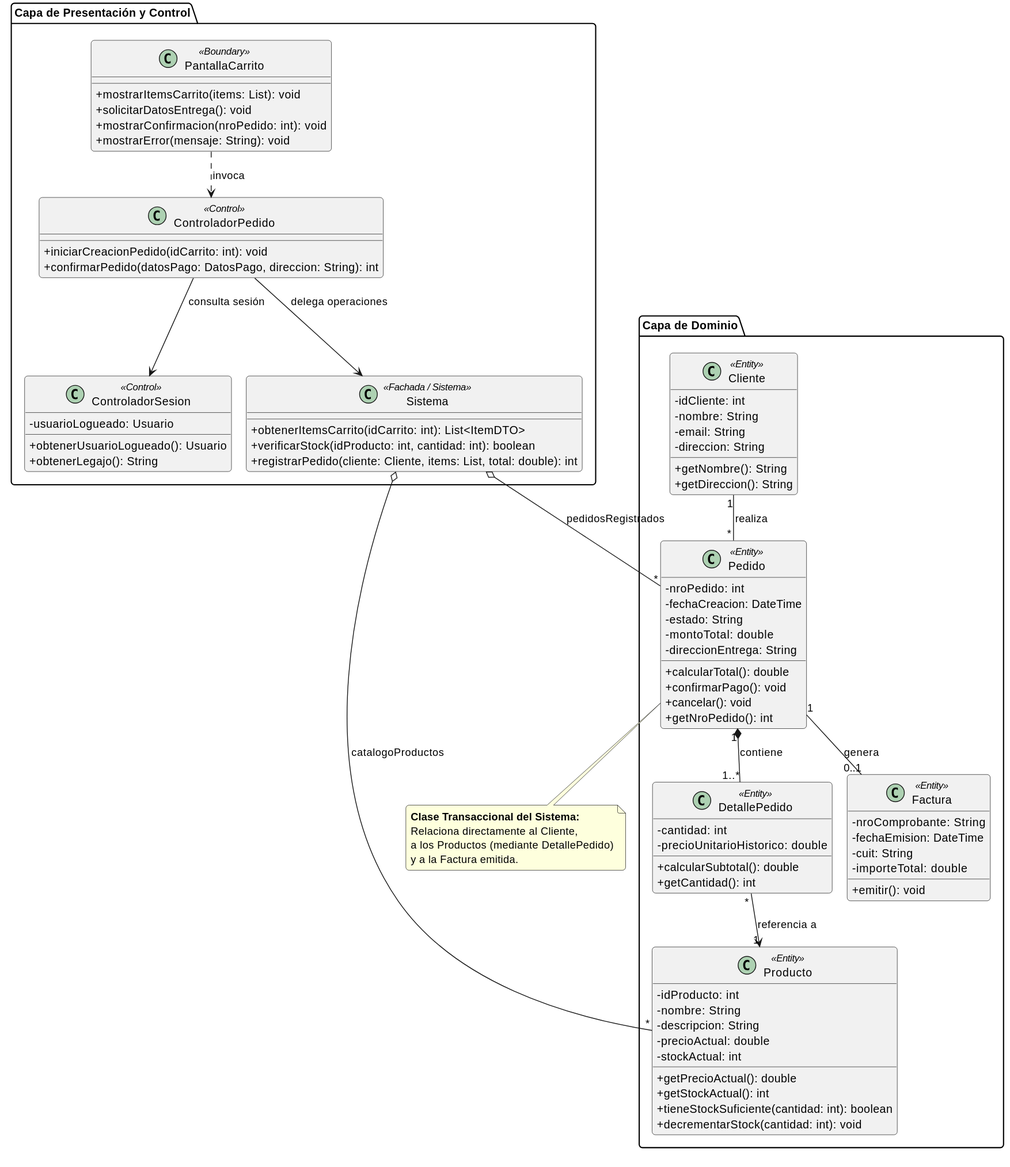
Above: clases/ejemplos/clases_gestion_pedidos.svg in sandobaitt/dsi-2026 (PlantUML), before the change. Source of this version:
```plantuml
@startuml
!pragma layout smetana
!pragma layout smetana
skinparam shadowing false
skinparam roundcorner 8
skinparam classAttributeIconSize 0
skinparam linetype ortho


package "Capa de Presentación y Control" {
    class "PantallaCarrito" as UI <<Boundary>> {
        + mostrarItemsCarrito(items: List): void
        + solicitarDatosEntrega(): void
        + mostrarConfirmacion(nroPedido: int): void
        + mostrarError(mensaje: String): void
    }

    class "ControladorPedido" as CTRLCU <<Control>> {
        + iniciarCreacionPedido(idCarrito: int): void
        + confirmarPedido(datosPago: DatosPago, direccion: String): int
    }

    class "ControladorSesion" as CTRLSesion <<Control>> {
        - usuarioLogueado: Usuario
        + obtenerUsuarioLogueado(): Usuario
        + obtenerLegajo(): String
    }

    class "Sistema" as Sistema <<Fachada / Sistema>> {
        + obtenerItemsCarrito(idCarrito: int): List<ItemDTO>
        + verificarStock(idProducto: int, cantidad: int): boolean
        + registrarPedido(cliente: Cliente, items: List, total: double): int
    }
}

package "Capa de Dominio" {
    class "Cliente" as Cliente <<Entity>> {
        - idCliente: int
        - nombre: String
        - email: String
        - direccion: String
        + getNombre(): String
        + getDireccion(): String
    }

    class "Pedido" as Pedido <<Entity>> {
        - nroPedido: int
        - fechaCreacion: DateTime
        - estado: String
        - montoTotal: double
        - direccionEntrega: String
        + calcularTotal(): double
        + confirmarPago(): void
        + cancelar(): void
        + getNroPedido(): int
    }

    class "DetallePedido" as DetallePedido <<Entity>> {
        - cantidad: int
        - precioUnitarioHistorico: double
        + calcularSubtotal(): double
        + getCantidad(): int
    }

    class "Producto" as Producto <<Entity>> {
        - idProducto: int
        - nombre: String
        - descripcion: String
        - precioActual: double
        - stockActual: int
        + getPrecioActual(): double
        + getStockActual(): int
        + tieneStockSuficiente(cantidad: int): boolean
        + decrementarStock(cantidad: int): void
    }

    class "Factura" as Factura <<Entity>> {
        - nroComprobante: String
        - fechaEmision: DateTime
        - cuit: String
        - importeTotal: double
        + emitir(): void
    }
}


UI ..> CTRLCU : invoca
CTRLCU --> CTRLSesion : consulta sesión
CTRLCU --> Sistema : delega operaciones

Sistema o-- "*" Pedido : pedidosRegistrados
Sistema o-- "*" Producto : catalogoProductos

Cliente "1" -- "*" Pedido : realiza >
Pedido "1" *-- "1..*" DetallePedido : contiene >
DetallePedido "*" --> "1" Producto : referencia a >
Pedido "1" -- "0..1" Factura : genera >

note bottom of Pedido
  **Clase Transaccional del Sistema:**
  Relaciona directamente al Cliente,
  a los Productos (mediante DetallePedido)
  y a la Factura emitida.
end note
@enduml
```
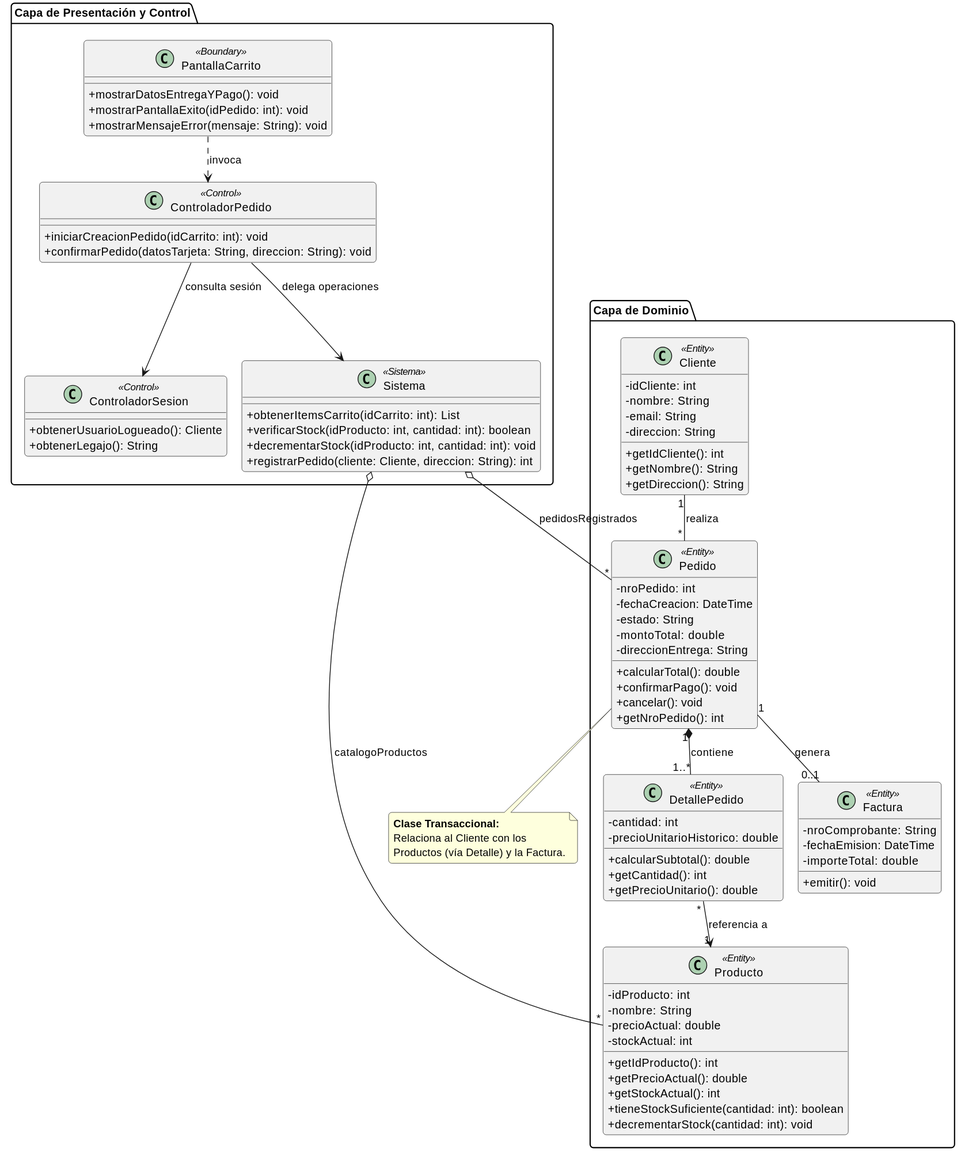
Later version of the same file.

Diff of the diagram source:
```diff
@@ -8,37 +8,39 @@
 
 
 package "Capa de Presentación y Control" {
+
     class "PantallaCarrito" as UI <<Boundary>> {
-        + mostrarItemsCarrito(items: List): void
-        + solicitarDatosEntrega(): void
-        + mostrarConfirmacion(nroPedido: int): void
-        + mostrarError(mensaje: String): void
+        + mostrarDatosEntregaYPago(): void
+        + mostrarPantallaExito(idPedido: int): void
+        + mostrarMensajeError(mensaje: String): void
     }
 
     class "ControladorPedido" as CTRLCU <<Control>> {
         + iniciarCreacionPedido(idCarrito: int): void
-        + confirmarPedido(datosPago: DatosPago, direccion: String): int
+        + confirmarPedido(datosTarjeta: String, direccion: String): void
     }
 
     class "ControladorSesion" as CTRLSesion <<Control>> {
-        - usuarioLogueado: Usuario
-        + obtenerUsuarioLogueado(): Usuario
+        + obtenerUsuarioLogueado(): Cliente
         + obtenerLegajo(): String
     }
 
-    class "Sistema" as Sistema <<Fachada / Sistema>> {
-        + obtenerItemsCarrito(idCarrito: int): List<ItemDTO>
+    class "Sistema" as Sistema <<Sistema>> {
+        + obtenerItemsCarrito(idCarrito: int): List
         + verificarStock(idProducto: int, cantidad: int): boolean
-        + registrarPedido(cliente: Cliente, items: List, total: double): int
+        + decrementarStock(idProducto: int, cantidad: int): void
+        + registrarPedido(cliente: Cliente, direccion: String): int
     }
 }
 
 package "Capa de Dominio" {
+
     class "Cliente" as Cliente <<Entity>> {
         - idCliente: int
         - nombre: String
         - email: String
         - direccion: String
+        + getIdCliente(): int
         + getNombre(): String
         + getDireccion(): String
     }
@@ -60,14 +62,15 @@
         - precioUnitarioHistorico: double
         + calcularSubtotal(): double
         + getCantidad(): int
+        + getPrecioUnitario(): double
     }
 
     class "Producto" as Producto <<Entity>> {
         - idProducto: int
         - nombre: String
-        - descripcion: String
         - precioActual: double
         - stockActual: int
+        + getIdProducto(): int
         + getPrecioActual(): double
         + getStockActual(): int
         + tieneStockSuficiente(cantidad: int): boolean
@@ -77,7 +80,6 @@
     class "Factura" as Factura <<Entity>> {
         - nroComprobante: String
         - fechaEmision: DateTime
-        - cuit: String
         - importeTotal: double
         + emitir(): void
     }
@@ -97,9 +99,8 @@
 Pedido "1" -- "0..1" Factura : genera >
 
 note bottom of Pedido
-  **Clase Transaccional del Sistema:**
-  Relaciona directamente al Cliente,
-  a los Productos (mediante DetallePedido)
-  y a la Factura emitida.
+  **Clase Transaccional:**
+  Relaciona al Cliente con los
+  Productos (vía Detalle) y la Factura.
 end note
 @enduml
```
